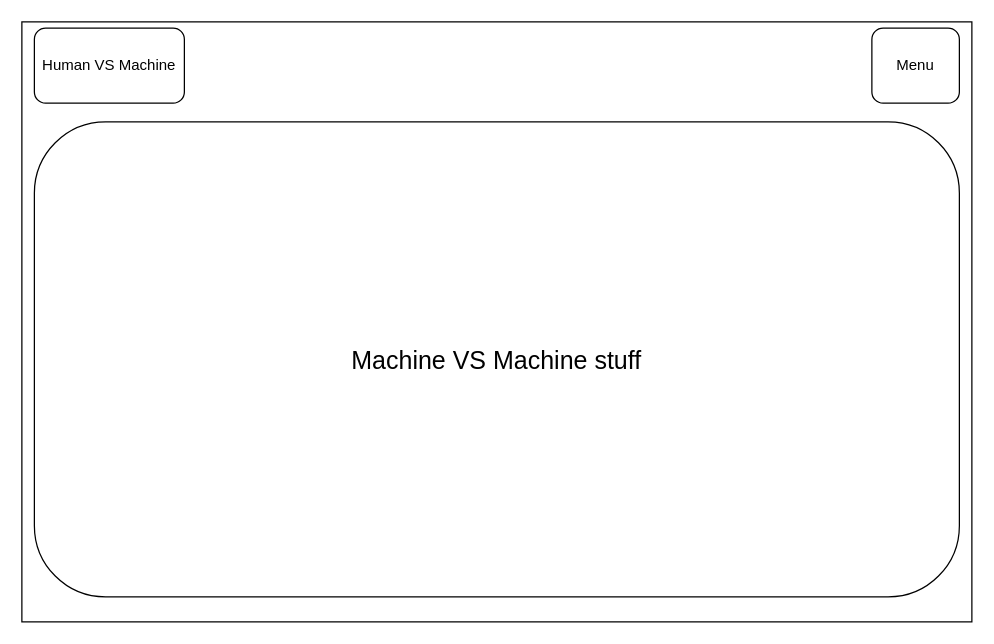
Terra-Numerica/Reinforcement-Learning keeps this draw.io diagram as page "Page-4" (4 of 6) of src/web_version/images/Drawings.drawio. Above is the earlier version. Source tidied: cells renumbered, new cells numbered last; positions are measured from the earlier drawing's top-left corner, leaving out a move shared by most shapes. Both pictures are drawn from the tidied source at 125%, with x=0, y=0 at pixel (21, 21).
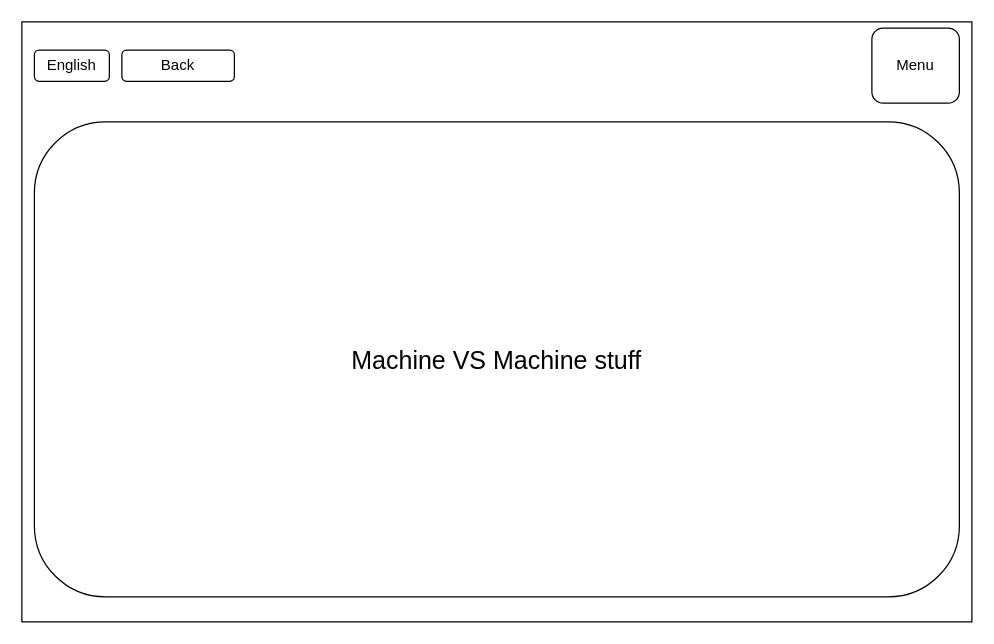
The same diagram, later.

What changed in the source:
```diff
@@
 <mxGraphModel>
   <root>
     <mxCell id="0" />
     <mxCell id="1" parent="0" />
     <mxCell id="2" style="rounded=0;whiteSpace=wrap;html=1;" parent="1" vertex="1">
       <mxGeometry width="760" height="480" as="geometry" />
     </mxCell>
-    <mxCell id="3" value="Human VS Machine" style="rounded=1;whiteSpace=wrap;html=1;" parent="1" vertex="1">
-      <mxGeometry x="10" y="5" width="120" height="60" as="geometry" />
-    </mxCell>
     <mxCell id="4" value="Menu" style="rounded=1;whiteSpace=wrap;html=1;" parent="1" vertex="1">
       <mxGeometry x="680" y="5" width="70" height="60" as="geometry" />
     </mxCell>
     <mxCell id="5" value="Machine VS Machine stuff" style="rounded=1;whiteSpace=wrap;html=1;fontSize=20;" parent="1" vertex="1">
       <mxGeometry x="10" y="80" width="740" height="380" as="geometry" />
     </mxCell>
+    <mxCell id="6" value="Back" style="rounded=1;whiteSpace=wrap;html=1;" parent="1" vertex="1">
+      <mxGeometry x="80" y="22.5" width="90" height="25" as="geometry" />
+    </mxCell>
+    <mxCell id="7" value="English" style="rounded=1;whiteSpace=wrap;html=1;" parent="1" vertex="1">
+      <mxGeometry x="10" y="22.5" width="60" height="25" as="geometry" />
+    </mxCell>
   </root>
 </mxGraphModel>
```
